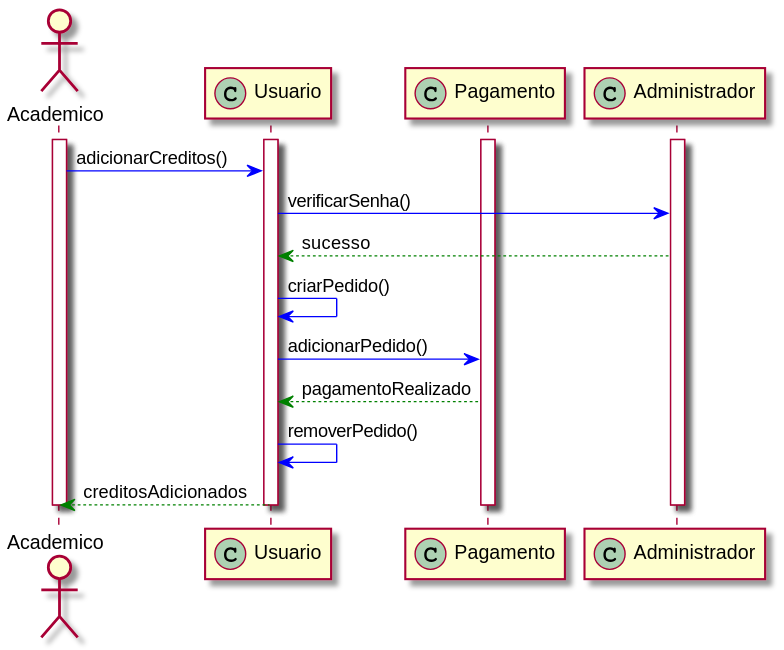
This is sequence-diagram/adicionar-credito.svg from arielazzi/desenvolvimento-de-software-II, a PlantUML export, as it was before one commit. The source it was exported from:
```plantuml
@startuml adicionar-credito
actor Academico

participant Usuario << (C,#ADD1B2) >>
participant Pagamento << (C,#ADD1B2) >>
participant Administrador << (C,#ADD1B2) >>

activate Academico
activate Usuario
activate Administrador
activate Pagamento

Academico -[#blue]> Usuario: adicionarCreditos()

Usuario -[#blue]> Administrador: verificarSenha()
Administrador -[#green]-> Usuario: sucesso

Usuario -[#blue]> Usuario: criarPedido()

Usuario -[#blue]> Pagamento: adicionarPedido()
Pagamento -[#green]-> Usuario: pagamentoRealizado

Usuario -[#blue]> Usuario: removerPedido()

Usuario -[#green]-> Academico: creditosAdicionados

deactivate Pagamento
deactivate Administrador
deactivate Usuario
deactivate Academico
@enduml
```
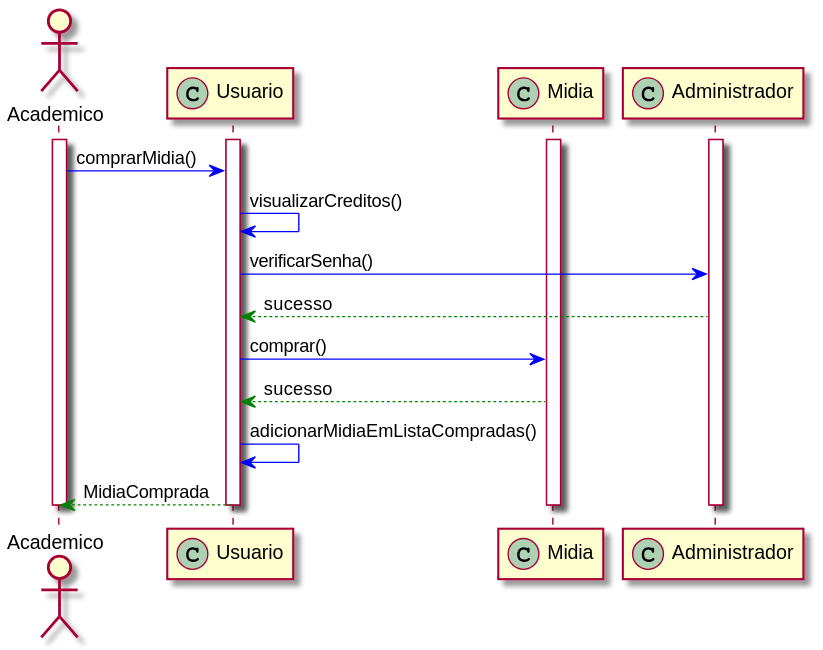
After the commit.

The edit, as a diff of the source:
```diff
@@ -2,29 +2,27 @@
 actor Academico
 
 participant Usuario << (C,#ADD1B2) >>
-participant Pagamento << (C,#ADD1B2) >>
+participant Midia << (C,#ADD1B2) >>
 participant Administrador << (C,#ADD1B2) >>
 
 activate Academico
 activate Usuario
 activate Administrador
-activate Pagamento
+activate Midia
 
-Academico -[#blue]> Usuario: adicionarCreditos()
+Academico -[#blue]> Usuario: comprarMidia()
 
+Usuario -[#blue]> Usuario: visualizarCreditos()
 Usuario -[#blue]> Administrador: verificarSenha()
 Administrador -[#green]-> Usuario: sucesso
 
-Usuario -[#blue]> Usuario: criarPedido()
+Usuario -[#blue]> Midia: comprar()
+Midia -[#green]-> Usuario: sucesso
 
-Usuario -[#blue]> Pagamento: adicionarPedido()
-Pagamento -[#green]-> Usuario: pagamentoRealizado
+Usuario -[#blue]> Usuario: adicionarMidiaEmListaCompradas()
+Usuario -[#green]-> Academico: MidiaComprada
 
-Usuario -[#blue]> Usuario: removerPedido()
-
-Usuario -[#green]-> Academico: creditosAdicionados
-
-deactivate Pagamento
+deactivate Midia
 deactivate Administrador
 deactivate Usuario
 deactivate Academico
```
